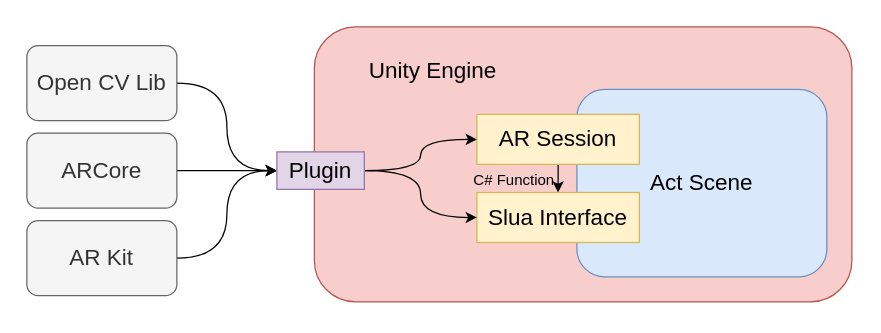
This is Untitled Diagram.drawio from DKwingSON/myDrawIO, a draw.io file, before an edit. Source tidied: cells renumbered, new cells numbered last; positions are measured from the earlier drawing's top-left corner, leaving out a move shared by most shapes. Both pictures are drawn from the tidied source at 125%, with x=0, y=0 at pixel (26, 26).
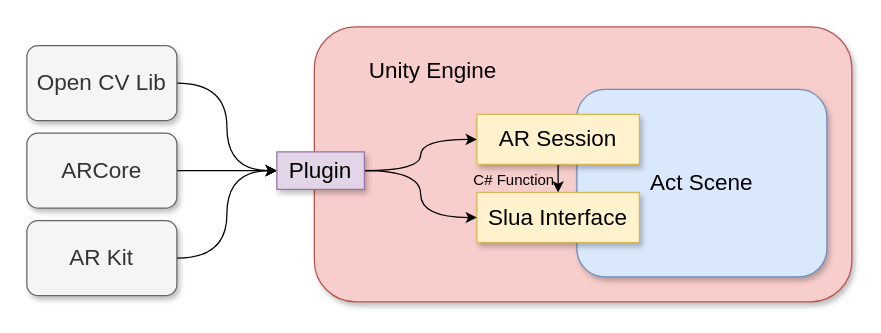
Above is the later version.

Change to the diagram source:
```diff
@@
 <mxGraphModel>
   <root>
     <mxCell id="0" />
     <mxCell id="1" parent="0" />
-    <mxCell id="2" style="rounded=1;whiteSpace=wrap;html=1;fillColor=#f8cecc;strokeColor=#b85450;" parent="1" vertex="1">
+    <mxCell id="2" style="rounded=1;whiteSpace=wrap;html=1;fillColor=#f8cecc;strokeColor=#b85450;shadow=1;" parent="1" vertex="1">
       <mxGeometry x="230" width="430" height="220" as="geometry" />
     </mxCell>
-    <mxCell id="3" value="&lt;font style=&quot;font-size: 18px&quot;&gt;Act Scene&lt;/font&gt;" style="rounded=1;whiteSpace=wrap;html=1;fillColor=#dae8fc;strokeColor=#6c8ebf;" parent="1" vertex="1">
+    <mxCell id="3" value="&lt;font style=&quot;font-size: 18px&quot;&gt;Act Scene&lt;/font&gt;" style="rounded=1;whiteSpace=wrap;html=1;fillColor=#dae8fc;strokeColor=#6c8ebf;shadow=1;" parent="1" vertex="1">
       <mxGeometry x="440" y="50" width="200" height="150" as="geometry" />
     </mxCell>
     <mxCell id="4" value="&lt;font style=&quot;font-size: 18px&quot;&gt;Unity Engine&lt;/font&gt;" style="text;html=1;strokeColor=none;fillColor=none;align=center;verticalAlign=middle;whiteSpace=wrap;rounded=0;" parent="1" vertex="1">
       <mxGeometry x="240" y="10" width="170" height="50" as="geometry" />
     </mxCell>
     <mxCell id="5" style="edgeStyle=orthogonalEdgeStyle;rounded=0;jettySize=auto;html=1;" parent="1" edge="1" source="6" target="9">
       <mxGeometry relative="1" as="geometry" />
     </mxCell>
-    <mxCell id="6" value="&lt;font style=&quot;font-size: 18px&quot;&gt;AR Session&lt;/font&gt;" style="rounded=0;whiteSpace=wrap;html=1;fillColor=#fff2cc;strokeColor=#d6b656;" parent="1" vertex="1">
+    <mxCell id="6" value="&lt;font style=&quot;font-size: 18px&quot;&gt;AR Session&lt;/font&gt;" style="rounded=0;whiteSpace=wrap;html=1;fillColor=#fff2cc;strokeColor=#d6b656;shadow=1;" parent="1" vertex="1">
       <mxGeometry x="360" y="70" width="130" height="40" as="geometry" />
     </mxCell>
     <mxCell id="7" style="edgeStyle=orthogonalEdgeStyle;rounded=0;jettySize=auto;html=1;exitX=1;exitY=0.5;exitDx=0;exitDy=0;entryX=0;entryY=0.5;entryDx=0;entryDy=0;curved=1;" parent="1" edge="1" source="8" target="16">
       <mxGeometry relative="1" as="geometry" />
     </mxCell>
-    <mxCell id="8" value="&lt;font style=&quot;font-size: 18px&quot;&gt;Open CV Lib&lt;/font&gt;" style="rounded=1;whiteSpace=wrap;html=1;fillColor=#f5f5f5;strokeColor=#666666;fontColor=#333333;" parent="1" vertex="1">
+    <mxCell id="8" value="&lt;font style=&quot;font-size: 18px&quot;&gt;Open CV Lib&lt;/font&gt;" style="rounded=1;whiteSpace=wrap;html=1;fillColor=#f5f5f5;strokeColor=#666666;fontColor=#333333;shadow=1;" parent="1" vertex="1">
       <mxGeometry y="15" width="120" height="60" as="geometry" />
     </mxCell>
-    <mxCell id="9" value="&lt;font style=&quot;font-size: 18px&quot;&gt;Slua Interface&lt;/font&gt;" style="rounded=0;whiteSpace=wrap;html=1;fillColor=#fff2cc;strokeColor=#d6b656;" parent="1" vertex="1">
+    <mxCell id="9" value="&lt;font style=&quot;font-size: 18px&quot;&gt;Slua Interface&lt;/font&gt;" style="rounded=0;whiteSpace=wrap;html=1;fillColor=#fff2cc;strokeColor=#d6b656;shadow=1;" parent="1" vertex="1">
       <mxGeometry x="360" y="132.5" width="130" height="40" as="geometry" />
     </mxCell>
     <mxCell id="10" style="edgeStyle=orthogonalEdgeStyle;curved=1;rounded=0;jettySize=auto;html=1;exitX=1;exitY=0.5;exitDx=0;exitDy=0;entryX=0;entryY=0.5;entryDx=0;entryDy=0;" parent="1" edge="1" source="11" target="16">
       <mxGeometry relative="1" as="geometry" />
     </mxCell>
-    <mxCell id="11" value="&lt;font style=&quot;font-size: 18px&quot;&gt;ARCore&lt;/font&gt;" style="rounded=1;whiteSpace=wrap;html=1;fillColor=#f5f5f5;strokeColor=#666666;fontColor=#333333;" parent="1" vertex="1">
+    <mxCell id="11" value="&lt;font style=&quot;font-size: 18px&quot;&gt;ARCore&lt;/font&gt;" style="rounded=1;whiteSpace=wrap;html=1;fillColor=#f5f5f5;strokeColor=#666666;fontColor=#333333;shadow=1;" parent="1" vertex="1">
       <mxGeometry y="85" width="120" height="60" as="geometry" />
     </mxCell>
     <mxCell id="12" style="edgeStyle=orthogonalEdgeStyle;curved=1;rounded=0;jettySize=auto;html=1;exitX=1;exitY=0.5;exitDx=0;exitDy=0;entryX=0;entryY=0.5;entryDx=0;entryDy=0;" parent="1" edge="1" source="13" target="16">
       <mxGeometry relative="1" as="geometry" />
     </mxCell>
-    <mxCell id="13" value="&lt;span style=&quot;font-size: 18px&quot;&gt;AR Kit&lt;/span&gt;" style="rounded=1;whiteSpace=wrap;html=1;fillColor=#f5f5f5;strokeColor=#666666;fontColor=#333333;" parent="1" vertex="1">
+    <mxCell id="13" value="&lt;span style=&quot;font-size: 18px&quot;&gt;AR Kit&lt;/span&gt;" style="rounded=1;whiteSpace=wrap;html=1;fillColor=#f5f5f5;strokeColor=#666666;fontColor=#333333;shadow=1;" parent="1" vertex="1">
       <mxGeometry y="155" width="120" height="60" as="geometry" />
     </mxCell>
     <mxCell id="14" style="edgeStyle=orthogonalEdgeStyle;curved=1;rounded=0;jettySize=auto;html=1;exitX=1;exitY=0.5;exitDx=0;exitDy=0;entryX=0;entryY=0.5;entryDx=0;entryDy=0;" parent="1" edge="1" source="16" target="6">
       <mxGeometry relative="1" as="geometry" />
     </mxCell>
     <mxCell id="15" style="edgeStyle=orthogonalEdgeStyle;curved=1;rounded=0;jettySize=auto;html=1;exitX=1;exitY=0.5;exitDx=0;exitDy=0;entryX=0;entryY=0.5;entryDx=0;entryDy=0;" parent="1" edge="1" source="16" target="9">
       <mxGeometry relative="1" as="geometry" />
     </mxCell>
-    <mxCell id="16" value="&lt;font style=&quot;font-size: 18px&quot;&gt;Plugin&lt;/font&gt;" style="rounded=0;whiteSpace=wrap;html=1;fillColor=#e1d5e7;strokeColor=#9673a6;" parent="1" vertex="1">
+    <mxCell id="16" value="&lt;font style=&quot;font-size: 18px&quot;&gt;Plugin&lt;/font&gt;" style="rounded=0;whiteSpace=wrap;html=1;fillColor=#e1d5e7;strokeColor=#9673a6;shadow=1;" parent="1" vertex="1">
       <mxGeometry x="200" y="100" width="70" height="30" as="geometry" />
     </mxCell>
     <mxCell id="17" value="C# Function" style="text;html=1;strokeColor=none;fillColor=none;align=center;verticalAlign=middle;whiteSpace=wrap;rounded=0;" parent="1" vertex="1">
       <mxGeometry x="350" y="115" width="80" height="15" as="geometry" />
     </mxCell>
   </root>
 </mxGraphModel>
```
